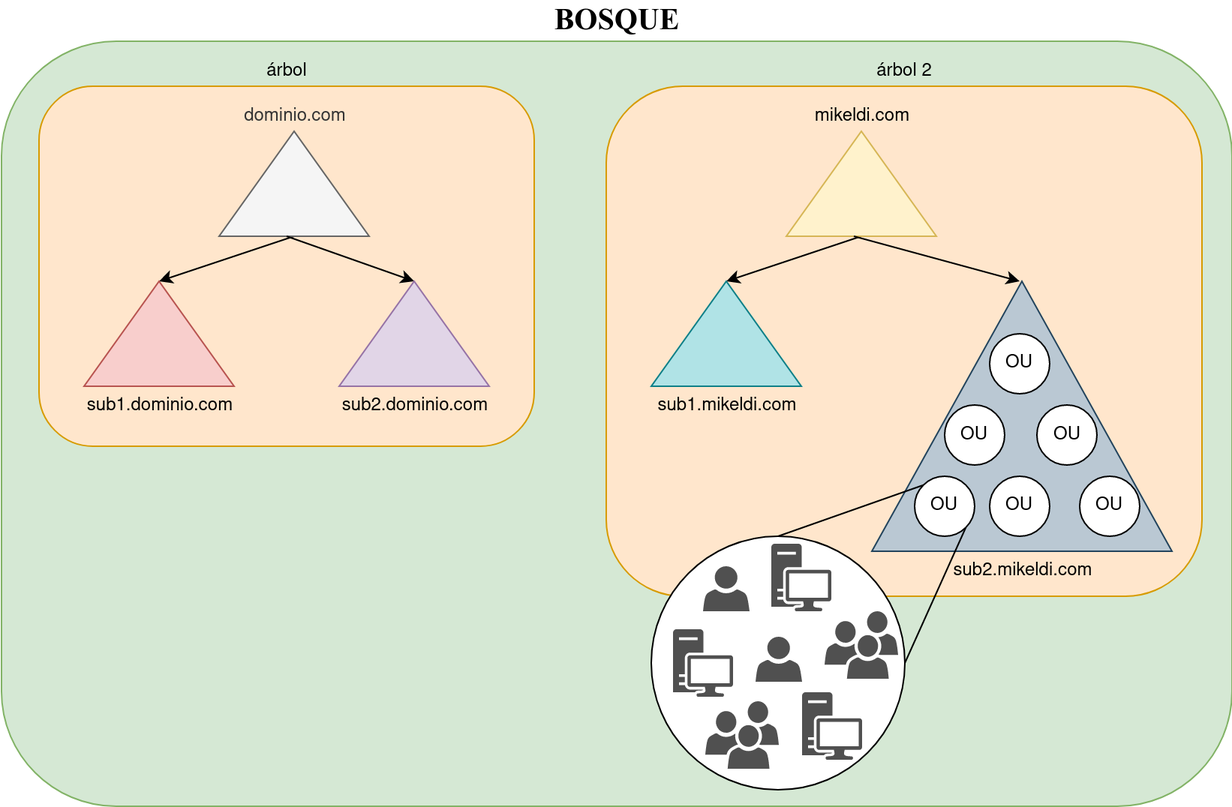
The draw.io diagram temas_comunes/windows_server/img/windows_server/bosque_directorio_activo.png in yuki/my-books, before a commit. Source tidied: cells renumbered, new cells last; positions are measured from the earlier drawing's top-left corner, leaving out a move shared by most shapes.
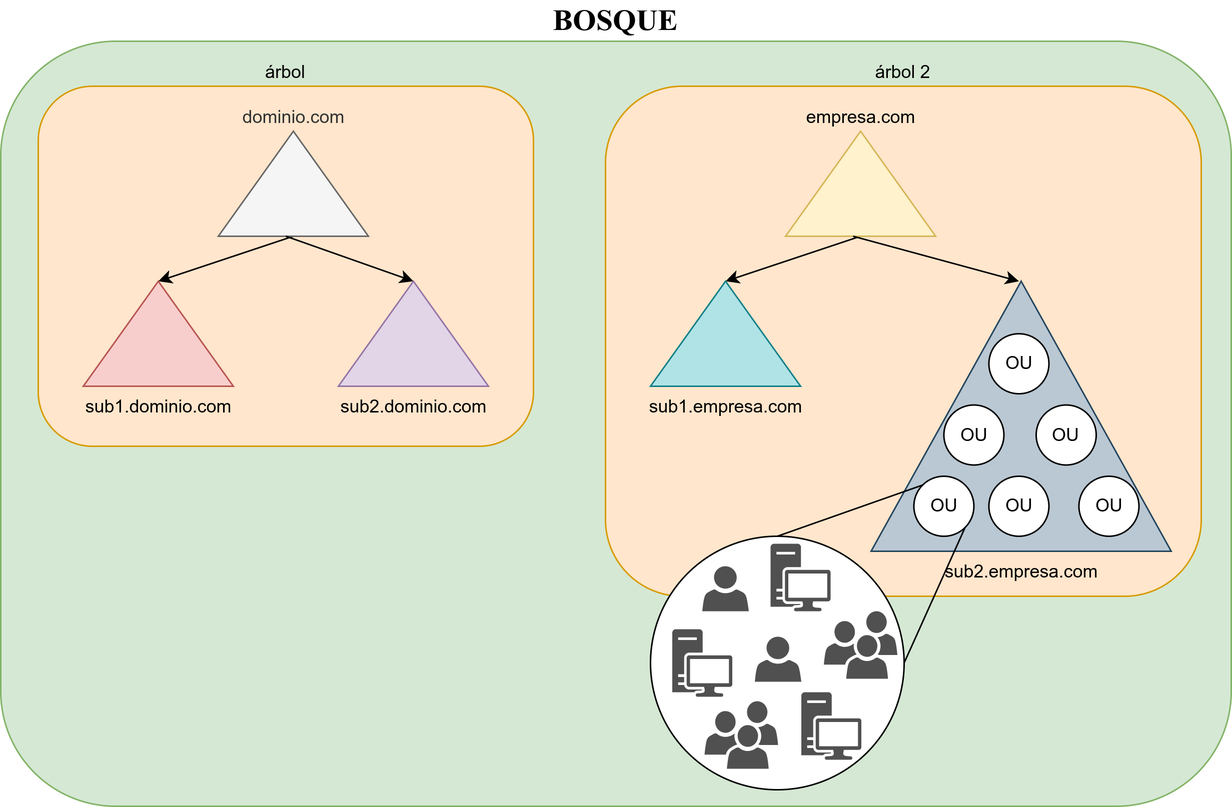
The same file after the commit.

Change to the diagram source:
```diff
@@ -31,10 +31,10 @@
     <mxCell id="10" style="rounded=0;jettySize=auto;html=1;exitX=0.5;exitY=1;exitDx=0;exitDy=0;exitPerimeter=0;entryX=0;entryY=0;entryDx=50;entryDy=0;entryPerimeter=0;" parent="1" edge="1" source="11" target="12">
       <mxGeometry relative="1" as="geometry" />
     </mxCell>
-    <mxCell id="11" value="mikeldi.com" style="verticalLabelPosition=top;verticalAlign=bottom;html=1;shape=mxgraph.basic.acute_triangle;dx=0.5;align=center;labelPosition=center;fillColor=#fff2cc;strokeColor=#d6b656;" parent="1" vertex="1">
+    <mxCell id="11" value="empresa.com" style="verticalLabelPosition=top;verticalAlign=bottom;html=1;shape=mxgraph.basic.acute_triangle;dx=0.5;align=center;labelPosition=center;fillColor=#fff2cc;strokeColor=#d6b656;" parent="1" vertex="1">
       <mxGeometry x="523.5" y="60" width="100" height="70" as="geometry" />
     </mxCell>
-    <mxCell id="12" value="sub1.mikeldi.com" style="verticalLabelPosition=bottom;verticalAlign=top;html=1;shape=mxgraph.basic.acute_triangle;dx=0.5;align=center;labelPosition=center;fillColor=#b0e3e6;strokeColor=#0e8088;" parent="1" vertex="1">
+    <mxCell id="12" value="sub1.empresa.com" style="verticalLabelPosition=bottom;verticalAlign=top;html=1;shape=mxgraph.basic.acute_triangle;dx=0.5;align=center;labelPosition=center;fillColor=#b0e3e6;strokeColor=#0e8088;" parent="1" vertex="1">
       <mxGeometry x="433.5" y="160" width="100" height="70" as="geometry" />
     </mxCell>
     <mxCell id="13" style="rounded=0;jettySize=auto;html=1;exitX=0;exitY=0;exitDx=98.5;exitDy=0;exitPerimeter=0;startArrow=classic;startFill=1;endArrow=none;endFill=0;" parent="1" edge="1" source="14">
@@ -42,7 +42,7 @@
         <mxPoint x="568.5" y="130" as="targetPoint" />
       </mxGeometry>
     </mxCell>
-    <mxCell id="14" value="&lt;div&gt;sub2.mikeldi.com&lt;/div&gt;" style="verticalLabelPosition=bottom;verticalAlign=top;html=1;shape=mxgraph.basic.acute_triangle;dx=0.5;align=center;labelPosition=center;fillColor=#bac8d3;strokeColor=#23445d;" parent="1" vertex="1">
+    <mxCell id="14" value="&lt;div&gt;sub2.empresa.com&lt;/div&gt;" style="verticalLabelPosition=bottom;verticalAlign=top;html=1;shape=mxgraph.basic.acute_triangle;dx=0.5;align=center;labelPosition=center;fillColor=#bac8d3;strokeColor=#23445d;" parent="1" vertex="1">
       <mxGeometry x="580.5" y="160" width="200" height="180" as="geometry" />
     </mxCell>
     <mxCell id="15" value="OU" style="ellipse;whiteSpace=wrap;html=1;labelBackgroundColor=none;align=center;" parent="1" vertex="1">
```
